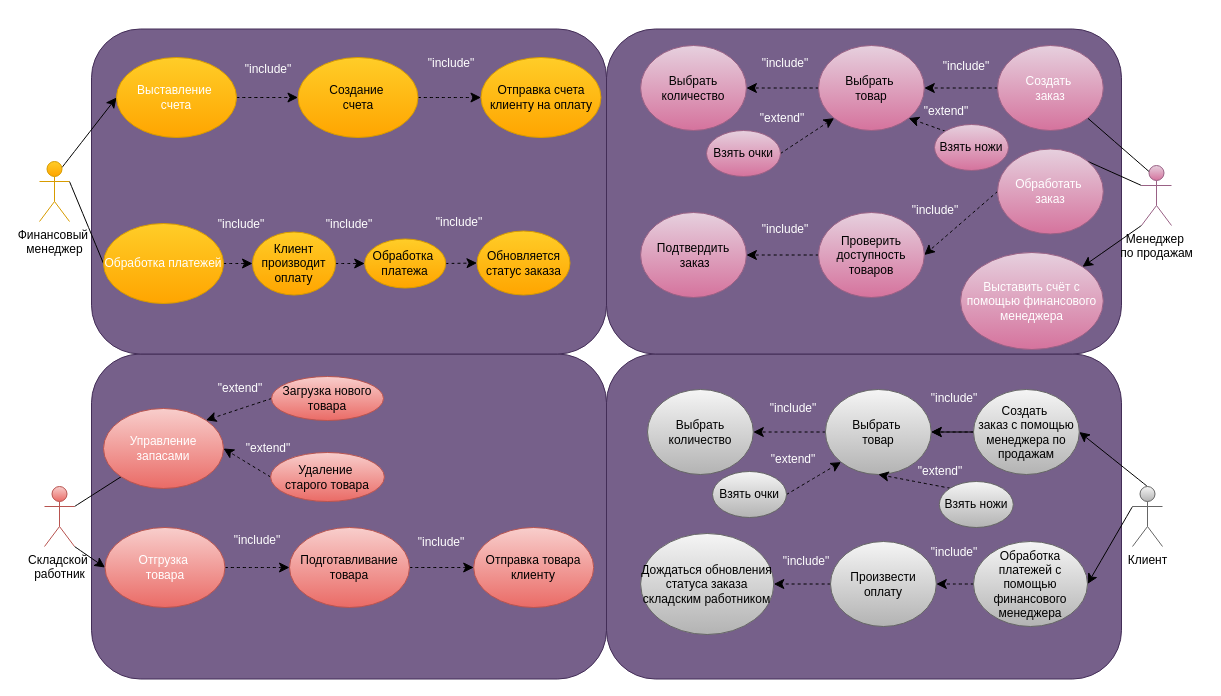
The draw.io diagram 2222.drawio in Helpmepleaseitishard/Aikms, before the edit. Source tidied: cells renumbered, new cells numbered last; positions are measured from the earlier drawing's top-left corner, leaving out a move shared by most shapes. Both pictures are drawn from the tidied source at 100%, with x=0, y=0 at pixel (39, 28).
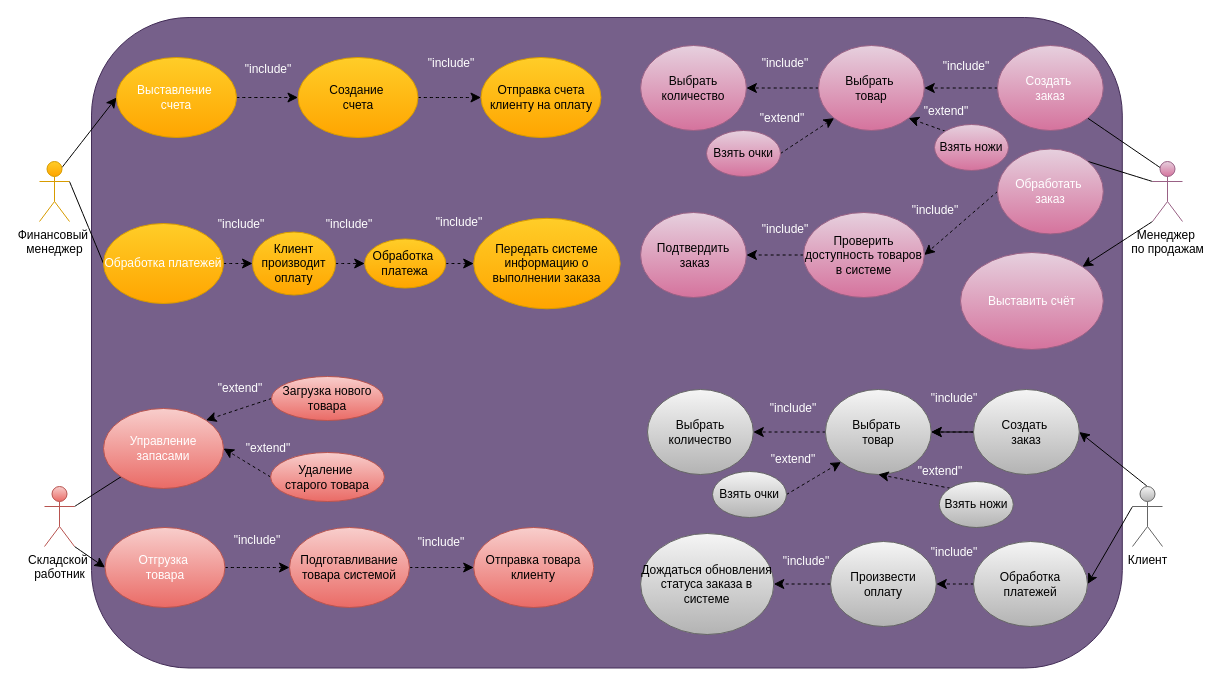
After the change.

Change to the diagram source:
```diff
@@
-    <mxCell id="2" style="rounded=1;whiteSpace=wrap;html=1;fillColor=#76608a;strokeColor=#432D57;fontColor=#ffffff;" parent="1" vertex="1">
-      <mxGeometry x="567" y="325.5" width="515" height="325" as="geometry" />
-    </mxCell>
-    <mxCell id="3" style="rounded=1;whiteSpace=wrap;html=1;fillColor=#76608a;fontColor=#ffffff;strokeColor=#432D57;" parent="1" vertex="1">
-      <mxGeometry x="567" y="0.5" width="515" height="325" as="geometry" />
-    </mxCell>
     <mxCell id="4" style="rounded=1;whiteSpace=wrap;html=1;fillColor=#76608a;fontColor=#ffffff;strokeColor=#432D57;" parent="1" vertex="1">
-      <mxGeometry x="52" y="325.5" width="515" height="325" as="geometry" />
+      <mxGeometry x="52" y="-11" width="1030.8" height="650.5" as="geometry" />
     </mxCell>
-    <mxCell id="5" style="rounded=1;whiteSpace=wrap;html=1;fillColor=#76608a;fontColor=#ffffff;strokeColor=#432D57;" parent="1" vertex="1">
-      <mxGeometry x="52" y="0.5" width="515" height="325" as="geometry" />
-    </mxCell>
@@
     <mxCell id="15" value="&lt;div&gt;Менеджер&amp;nbsp;&lt;/div&gt;&lt;div&gt;по продажам&lt;/div&gt;" style="shape=umlActor;verticalLabelPosition=bottom;verticalAlign=top;html=1;outlineConnect=0;fillColor=#e6d0de;strokeColor=#996185;gradientColor=#d5739d;" parent="1" vertex="1">
-      <mxGeometry x="1102" y="137" width="30" height="60" as="geometry" />
+      <mxGeometry x="1113" y="133" width="30" height="60" as="geometry" />
     </mxCell>
@@
-    <mxCell id="23" value="&lt;div&gt;Выставить счёт с помощью финансового менеджера&lt;/div&gt;" style="ellipse;whiteSpace=wrap;html=1;fillColor=#e6d0de;strokeColor=#996185;gradientColor=#d5739d;fontColor=#FFFFFF;" parent="1" vertex="1">
+    <mxCell id="23" value="&lt;div&gt;Выставить счёт &lt;br&gt;&lt;/div&gt;" style="ellipse;whiteSpace=wrap;html=1;fillColor=#e6d0de;strokeColor=#996185;gradientColor=#d5739d;fontColor=#FFFFFF;" parent="1" vertex="1">
       <mxGeometry x="921" y="224" width="142.8" height="97" as="geometry" />
     </mxCell>
@@
-    <mxCell id="27" value="Проверить доступность товаров" style="ellipse;whiteSpace=wrap;html=1;fillColor=#e6d0de;strokeColor=#996185;gradientColor=#d5739d;" parent="1" vertex="1">
-      <mxGeometry x="779" y="184" width="105.8" height="85" as="geometry" />
+    <mxCell id="27" value="Проверить доступность товаров в системе" style="ellipse;whiteSpace=wrap;html=1;fillColor=#e6d0de;strokeColor=#996185;gradientColor=#d5739d;" parent="1" vertex="1">
+      <mxGeometry x="764" y="184" width="120.8" height="85" as="geometry" />
     </mxCell>
@@
-    <mxCell id="38" value="Подготавливание товара" style="ellipse;whiteSpace=wrap;html=1;fillColor=#f8cecc;gradientColor=#ea6b66;strokeColor=#b85450;" parent="1" vertex="1">
+    <mxCell id="38" value="Подготавливание товара системой" style="ellipse;whiteSpace=wrap;html=1;fillColor=#f8cecc;gradientColor=#ea6b66;strokeColor=#b85450;" parent="1" vertex="1">
       <mxGeometry x="250" y="499" width="120" height="80" as="geometry" />
     </mxCell>
@@
-    <mxCell id="55" value="Обновляется статус заказа" style="ellipse;whiteSpace=wrap;html=1;fillColor=#ffcd28;gradientColor=#ffa500;strokeColor=#d79b00;" parent="1" vertex="1">
-      <mxGeometry x="437.5" y="202.5" width="93" height="64" as="geometry" />
+    <mxCell id="55" value="Передать системе информацию о выполнении заказа" style="ellipse;whiteSpace=wrap;html=1;fillColor=#ffcd28;gradientColor=#ffa500;strokeColor=#d79b00;" parent="1" vertex="1">
+      <mxGeometry x="434.2" y="189.8" width="146.5" height="90.5" as="geometry" />
     </mxCell>
@@
-    <mxCell id="58" value="&lt;div&gt;&lt;span style=&quot;color: rgb(0, 0, 0);&quot;&gt;Создать&amp;nbsp;&lt;/span&gt;&lt;/div&gt;&lt;div&gt;&lt;span style=&quot;color: rgb(0, 0, 0);&quot;&gt;заказ с помощью менеджера по продажам&lt;br&gt;&lt;/span&gt;&lt;/div&gt;" style="ellipse;whiteSpace=wrap;html=1;fillColor=#f5f5f5;strokeColor=#666666;gradientColor=#b3b3b3;" parent="1" vertex="1">
+    <mxCell id="58" value="&lt;div&gt;&lt;span style=&quot;color: rgb(0, 0, 0);&quot;&gt;Создать&amp;nbsp;&lt;/span&gt;&lt;/div&gt;&lt;div&gt;&lt;span style=&quot;color: rgb(0, 0, 0);&quot;&gt;заказ&lt;br&gt;&lt;/span&gt;&lt;/div&gt;" style="ellipse;whiteSpace=wrap;html=1;fillColor=#f5f5f5;strokeColor=#666666;gradientColor=#b3b3b3;" parent="1" vertex="1">
       <mxGeometry x="934" y="361" width="105.8" height="85" as="geometry" />
     </mxCell>
@@
-    <mxCell id="60" value="Обработка платежей &lt;span style=&quot;color: rgb(0, 0, 0);&quot;&gt;с помощью финансового менеджера&lt;br&gt;&lt;/span&gt;" style="ellipse;whiteSpace=wrap;html=1;fillColor=#f5f5f5;strokeColor=#666666;gradientColor=#b3b3b3;" parent="1" vertex="1">
+    <mxCell id="60" value="Обработка платежей&lt;span style=&quot;color: rgb(0, 0, 0);&quot;&gt;&lt;br&gt;&lt;/span&gt;" style="ellipse;whiteSpace=wrap;html=1;fillColor=#f5f5f5;strokeColor=#666666;gradientColor=#b3b3b3;" parent="1" vertex="1">
       <mxGeometry x="934" y="513" width="114" height="85" as="geometry" />
     </mxCell>
@@
-    <mxCell id="63" value="&lt;div&gt;Дождаться обновления статуса заказа складским работником&lt;br&gt;&lt;/div&gt;" style="ellipse;whiteSpace=wrap;html=1;fillColor=#f5f5f5;strokeColor=#666666;gradientColor=#b3b3b3;" parent="1" vertex="1">
+    <mxCell id="63" value="&lt;div&gt;Дождаться обновления статуса заказа в системе&lt;br&gt;&lt;/div&gt;" style="ellipse;whiteSpace=wrap;html=1;fillColor=#f5f5f5;strokeColor=#666666;gradientColor=#b3b3b3;" parent="1" vertex="1">
       <mxGeometry x="601.1" y="505" width="133.2" height="101" as="geometry" />
     </mxCell>
```
